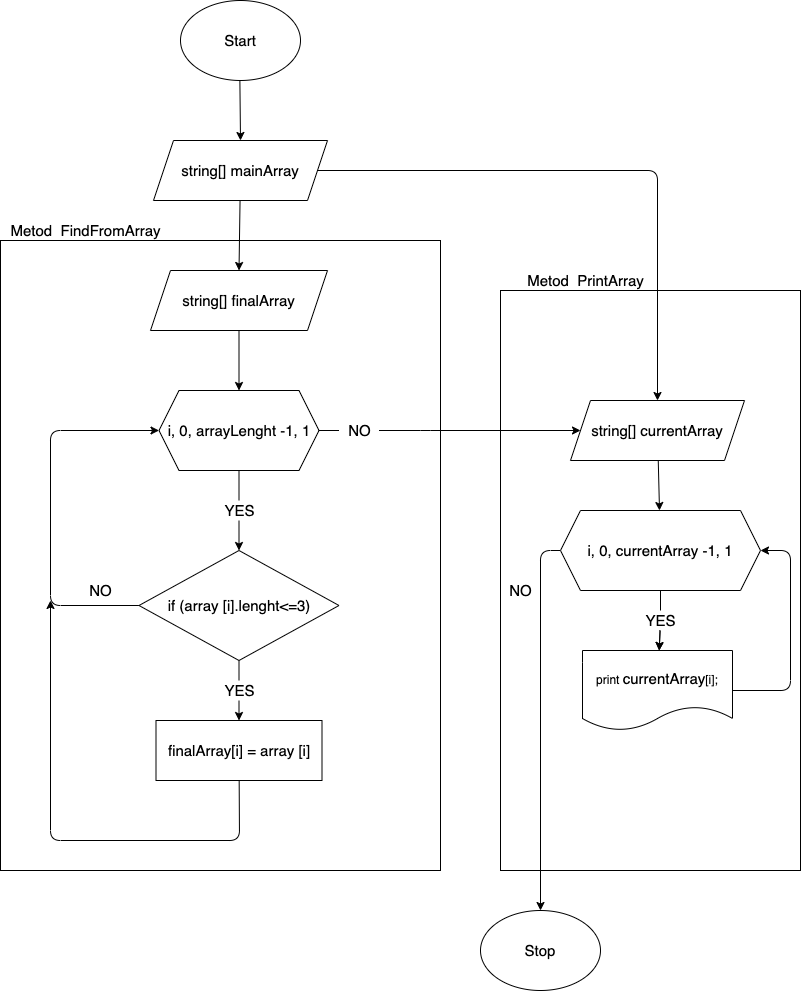
hasslehub/ControlWork keeps this draw.io diagram as block.drawio.png. Above is the earlier version. Source tidied: cells renumbered, new cells last; positions are measured from the earlier drawing's top-left corner, leaving out a move shared by most shapes.
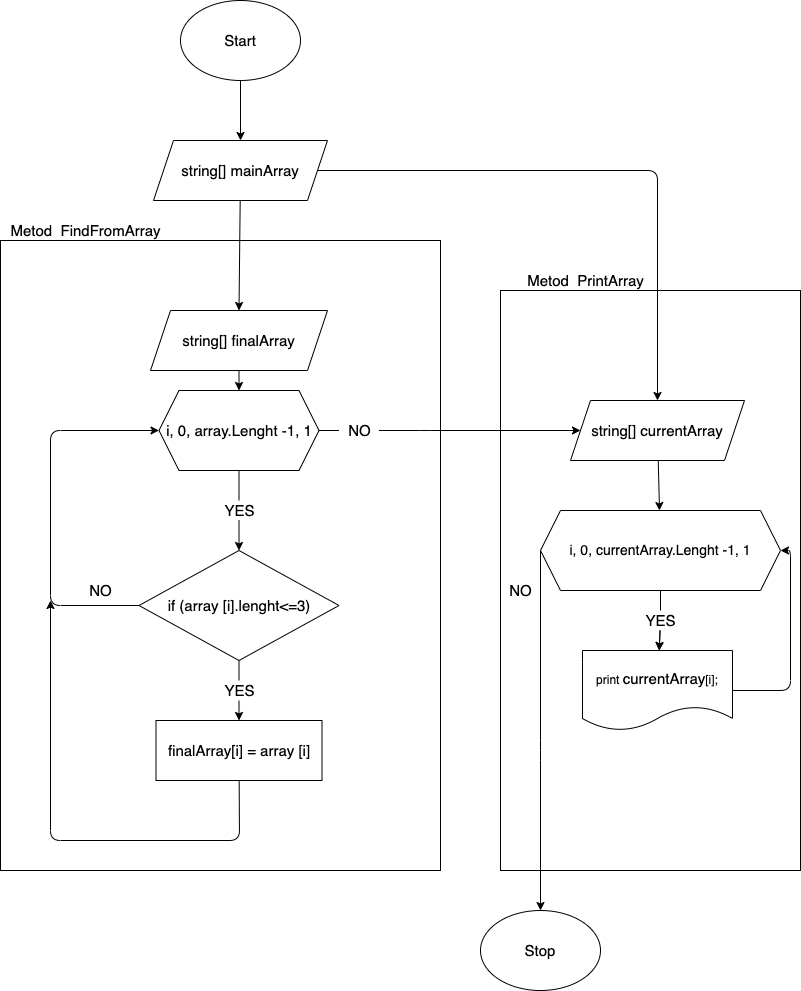
The same file after the commit.

What changed in the source:
```diff
@@ -19,7 +19,7 @@
         </Array>
       </mxGeometry>
     </mxCell>
-    <mxCell id="6" value="&lt;font style=&quot;font-size: 15px&quot;&gt;i, 0, arrayLenght -1, 1&lt;/font&gt;" style="shape=hexagon;perimeter=hexagonPerimeter2;whiteSpace=wrap;html=1;fixedSize=1;" parent="1" vertex="1">
+    <mxCell id="6" value="&lt;font style=&quot;font-size: 15px&quot;&gt;i, 0, array.Lenght -1, 1&lt;/font&gt;" style="shape=hexagon;perimeter=hexagonPerimeter2;whiteSpace=wrap;html=1;fixedSize=1;" parent="1" vertex="1">
       <mxGeometry x="158.5" y="390" width="160" height="80" as="geometry" />
     </mxCell>
     <mxCell id="7" style="edgeStyle=none;html=1;entryX=0.5;entryY=0;entryDx=0;entryDy=0;fontSize=12;" parent="1" edge="1" source="8" target="11">
@@ -45,7 +45,7 @@
       <mxGeometry relative="1" as="geometry" />
     </mxCell>
     <mxCell id="13" value="&lt;span&gt;&lt;font style=&quot;font-size: 15px&quot;&gt;string[] finalArray&lt;/font&gt;&lt;/span&gt;" style="shape=parallelogram;perimeter=parallelogramPerimeter;whiteSpace=wrap;html=1;fixedSize=1;labelBackgroundColor=none;fontSize=12;" parent="1" vertex="1">
-      <mxGeometry x="150" y="270" width="177" height="60" as="geometry" />
+      <mxGeometry x="150" y="310" width="177" height="60" as="geometry" />
     </mxCell>
     <mxCell id="14" style="edgeStyle=none;html=1;entryX=0.5;entryY=0;entryDx=0;entryDy=0;fontSize=15;startArrow=none;" parent="1" edge="1" source="19" target="18">
       <mxGeometry relative="1" as="geometry" />
@@ -93,11 +93,12 @@
         <mxPoint x="540" y="910" as="targetPoint" />
         <Array as="points">
           <mxPoint x="540" y="550" />
+          <mxPoint x="540" y="750" />
         </Array>
       </mxGeometry>
     </mxCell>
-    <mxCell id="25" value="&lt;font style=&quot;font-size: 15px&quot;&gt;i, 0, currentArray&amp;nbsp;-1, 1&lt;/font&gt;" style="shape=hexagon;perimeter=hexagonPerimeter2;whiteSpace=wrap;html=1;fixedSize=1;" parent="1" vertex="1">
-      <mxGeometry x="560" y="510" width="200" height="80" as="geometry" />
+    <mxCell id="25" value="&lt;font style=&quot;font-size: 14px&quot;&gt;i, 0, currentArray.Lenght -1, 1&lt;/font&gt;" style="shape=hexagon;perimeter=hexagonPerimeter2;whiteSpace=wrap;html=1;fixedSize=1;" parent="1" vertex="1">
+      <mxGeometry x="540" y="510" width="240" height="80" as="geometry" />
     </mxCell>
     <mxCell id="26" style="edgeStyle=none;html=1;fontSize=15;" parent="1" edge="1" source="27" target="25">
       <mxGeometry relative="1" as="geometry" />
```
